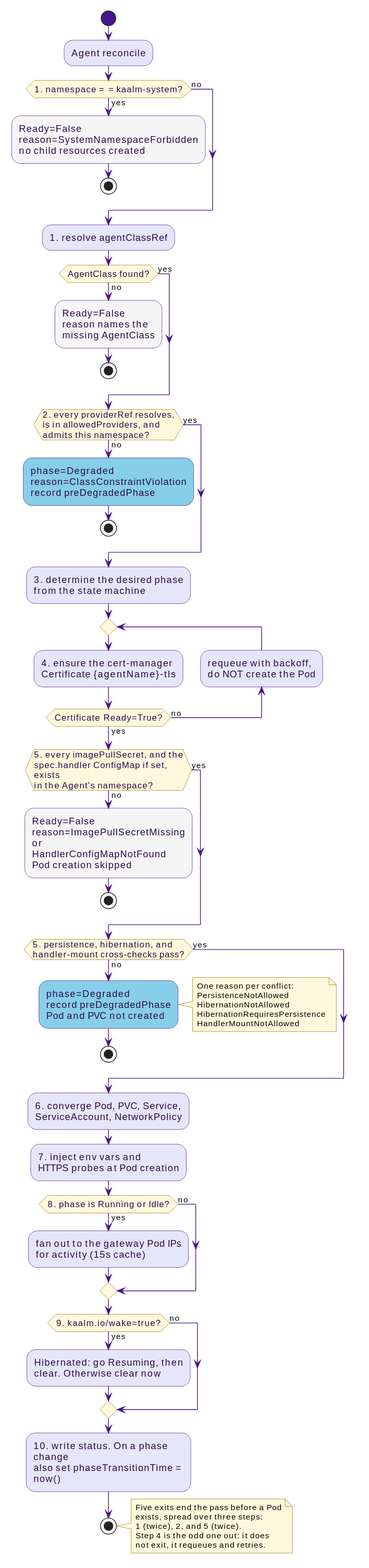
Earlier version of the PlantUML export docs/src/diagrams/agent-reconcile-pass.svg (win07xp/kaalm).
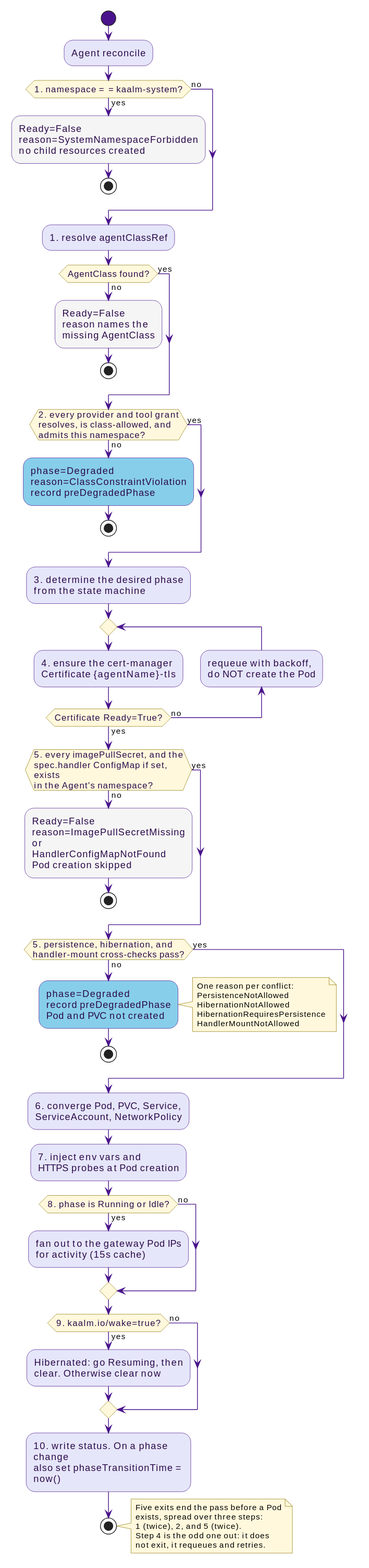
After the change.

What changed in the source:
```diff
@@ -21,7 +21,7 @@
 else (yes)
 endif
 
-if (2. every providerRef resolves,\nis in allowedProviders, and\nadmits this namespace?) then (no)
+if (2. every provider and tool grant\nresolves, is class-allowed, and\nadmits this namespace?) then (no)
   :phase=Degraded
   reason=ClassConstraintViolation
   record preDegradedPhase;<<$ctrlBg>>
```
